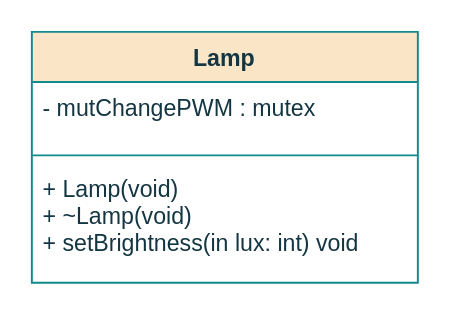
Before: page "ClassLamp" (5 of 7) of project/report/flowcharts/LStasks/Classes.drawio in ESRGgroup9/slipad, a draw.io diagram. Source tidied: cells renumbered, new cells numbered last; positions are measured from the earlier drawing's top-left corner, leaving out a move shared by most shapes. Both pictures are drawn from the tidied source at 193%, with x=0, y=0 at pixel (31, 31).
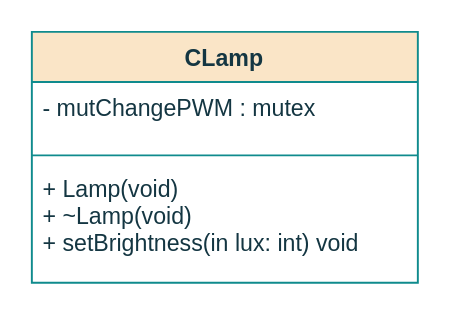
The same page after the edit.

The edit, as a diff of the source:
```diff
@@
 <mxGraphModel>
   <root>
     <mxCell id="0" />
     <mxCell id="1" parent="0" />
-    <mxCell id="2" value="Lamp" style="swimlane;fontStyle=1;align=center;verticalAlign=top;horizontal=1;startSize=26;fillColor=#FAE5C7;strokeColor=#0F8B8D;fontColor=#143642;" parent="1" vertex="1">
+    <mxCell id="2" value="CLamp" style="swimlane;fontStyle=1;align=center;verticalAlign=top;horizontal=1;startSize=26;fillColor=#FAE5C7;strokeColor=#0F8B8D;fontColor=#143642;" parent="1" vertex="1">
       <mxGeometry width="200" height="130" as="geometry" />
     </mxCell>
     <mxCell id="3" value="- mutChangePWM : mutex&#10;&#10;" style="text;strokeColor=none;fillColor=none;align=left;verticalAlign=top;spacingLeft=4;spacingRight=4;overflow=hidden;fontColor=#143642;" parent="2" vertex="1">
       <mxGeometry y="26" width="200" height="34" as="geometry" />
     </mxCell>
     <mxCell id="4" style="line;strokeWidth=1;fillColor=none;align=left;verticalAlign=middle;spacingTop=-1;spacingLeft=3;spacingRight=3;labelPosition=right;labelBackgroundColor=#DAD2D8;strokeColor=#0F8B8D;fontColor=#143642;" parent="2" vertex="1">
       <mxGeometry y="60" width="200" height="8" as="geometry" />
     </mxCell>
     <mxCell id="5" value="+ Lamp(void)&#10;+ ~Lamp(void)&#10;+ setBrightness(in lux: int) void&#10;&#10;" style="text;strokeColor=none;fillColor=none;align=left;verticalAlign=top;spacingLeft=4;spacingRight=4;overflow=hidden;fontColor=#143642;" parent="2" vertex="1">
       <mxGeometry y="68" width="200" height="62" as="geometry" />
     </mxCell>
   </root>
 </mxGraphModel>
```
